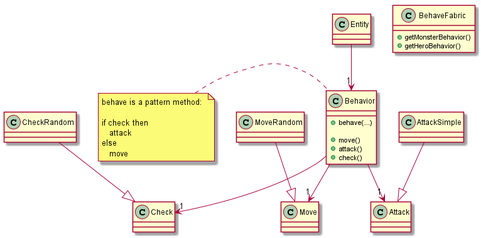
Above: doc/second_sprint/diagrams/class/behavior.png in Reynault/ACL_2019_Zelpop (PlantUML), before the change. The source it was exported from:
```plantuml
@startuml

class Entity{

}

class Behavior{
    + behave(...)

    + move()
    + attack()
    + check()
}

note left: behave is a pattern method: \n\nif check then \n   attack \nelse \n   move


class Check{

}

class CheckRandom{

}

class Move{

}

class MoveRandom{

}

class Attack{

}

class AttackSimple{

}

AttackSimple --|> Attack

MoveRandom --|> Move

CheckRandom --|> Check

Entity --> "1" Behavior

class BehaveFabric{
    + getMonsterBehavior()
    + getHeroBehavior()
}


Behavior --> "1" Move
Behavior --> "1" Check
Behavior --> "1" Attack
@enduml
```
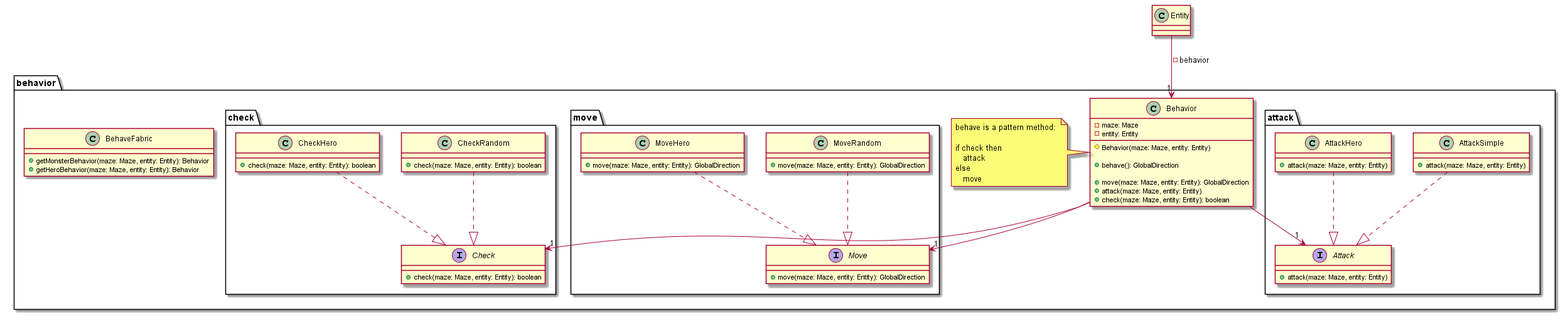
After the change.

Commit message:
second sprint: update class diagrams

Diff of the diagram source:
```diff
@@ -4,54 +4,89 @@
 
 }
 
-class Behavior{
-    + behave(...)
+package behavior{
 
-    + move()
-    + attack()
-    + check()
-}
+    class Behavior{
+        - maze: Maze
+        - entity: Entity
 
-note left: behave is a pattern method: \n\nif check then \n   attack \nelse \n   move
+        # Behavior(maze: Maze, entity: Entity)
 
+        + behave(): GlobalDirection
 
-class Check{
+        + move(maze: Maze, entity: Entity): GlobalDirection
+        + attack(maze: Maze, entity: Entity)
+        + check(maze: Maze, entity: Entity): boolean
+    }
+
+    note left: behave is a pattern method: \n\nif check then \n   attack \nelse \n   move
+
+    package check{
+
+        interface Check{
+            + check(maze: Maze, entity: Entity): boolean
+        }
+
+        class CheckRandom{
+            + check(maze: Maze, entity: Entity): boolean
+        }
+
+        class CheckHero{
+            + check(maze: Maze, entity: Entity): boolean
+        }
+
+    }
+
+    package move{
+
+        interface Move{
+            + move(maze: Maze, entity: Entity): GlobalDirection
+        }
+
+        class MoveRandom{
+            + move(maze: Maze, entity: Entity): GlobalDirection
+        }
+
+        class MoveHero{
+            + move(maze: Maze, entity: Entity): GlobalDirection
+        }
+
+    }
+
+    package attack{
+
+        interface Attack{
+            + attack(maze: Maze, entity: Entity)
+        }
+
+        class AttackSimple{
+            + attack(maze: Maze, entity: Entity)
+        }
+
+        class AttackHero{
+            + attack(maze: Maze, entity: Entity)
+        }
+
+    }
+
+    class BehaveFabric{
+        + getMonsterBehavior(maze: Maze, entity: Entity): Behavior
+        + getHeroBehavior(maze: Maze, entity: Entity): Behavior
+    }
 
 }
 
-class CheckRandom{
 
-}
+AttackSimple ..|> Attack
+AttackHero ..|> Attack
 
-class Move{
+MoveRandom ..|> Move
+MoveHero ..|> Move
 
-}
+CheckRandom ..|> Check
+CheckHero ..|> Check
 
-class MoveRandom{
-
-}
-
-class Attack{
-
-}
-
-class AttackSimple{
-
-}
-
-AttackSimple --|> Attack
-
-MoveRandom --|> Move
-
-CheckRandom --|> Check
-
-Entity --> "1" Behavior
-
-class BehaveFabric{
-    + getMonsterBehavior()
-    + getHeroBehavior()
-}
-
+Entity --> "1" Behavior: - behavior
 
 Behavior --> "1" Move
 Behavior --> "1" Check
```
